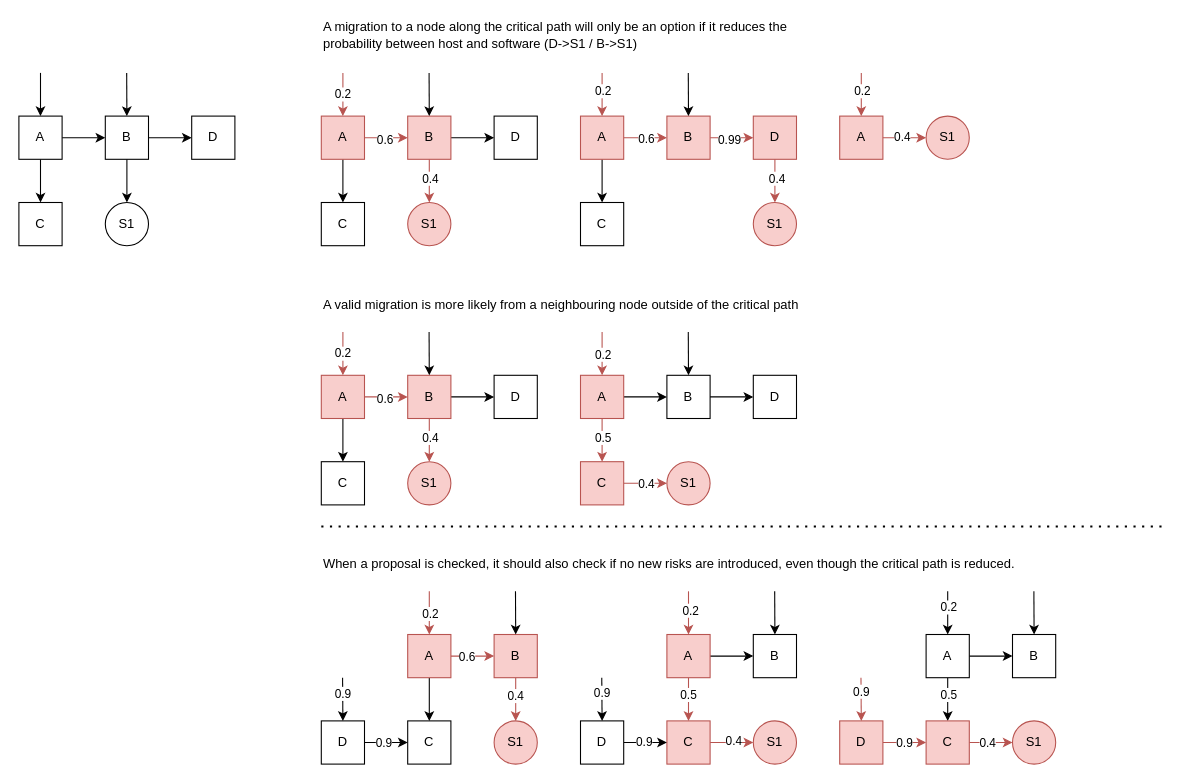
Before: packages/thesis/src/content/migrations.drawio in jornverhoeven/thesis-project, a draw.io diagram. Source tidied: cells renumbered, new cells numbered last; positions are measured from the earlier drawing's top-left corner, leaving out a move shared by most shapes. Both pictures are drawn from the tidied source at 108%, with x=0, y=0 at pixel (18, 18).
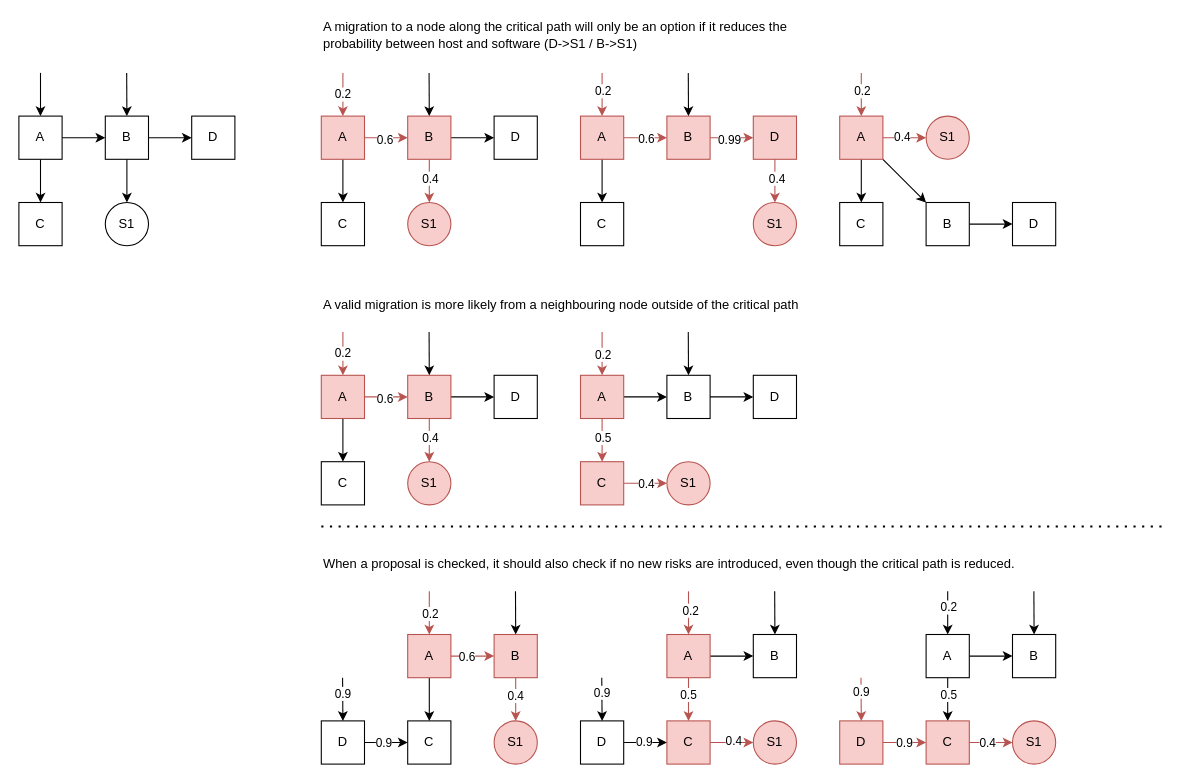
Above is the later version.

Unchanged cells that the change refers to:
```xml
<mxCell id="109" value="A" style="rounded=0;whiteSpace=wrap;html=1;fillColor=#f8cecc;strokeColor=#b85450;" parent="1" vertex="1">
  <mxGeometry x="760" y="90" width="40" height="40" as="geometry" />
</mxCell>
```

What changed in the source:
```diff
@@
+    <mxCell id="132" style="edgeStyle=orthogonalEdgeStyle;rounded=0;jettySize=auto;html=1;exitX=0.5;exitY=1;exitDx=0;exitDy=0;entryX=0.5;entryY=0;entryDx=0;entryDy=0;" parent="1" edge="1" source="109" target="134">
+      <mxGeometry relative="1" as="geometry" />
+    </mxCell>
+    <mxCell id="133" style="rounded=0;jettySize=auto;html=1;exitX=1;exitY=1;exitDx=0;exitDy=0;entryX=0;entryY=0;entryDx=0;entryDy=0;" parent="1" edge="1" source="109" target="137">
+      <mxGeometry relative="1" as="geometry" />
+    </mxCell>
@@
     <mxCell id="115" style="rounded=0;whiteSpace=wrap;html=1;strokeColor=none;" parent="1" vertex="1">
-      <mxGeometry x="920" y="170" width="40" height="40" as="geometry" />
+      <mxGeometry x="920" y="90" width="40" height="40" as="geometry" />
     </mxCell>
@@
+    <mxCell id="134" value="C" style="rounded=0;whiteSpace=wrap;html=1;" parent="1" vertex="1">
+      <mxGeometry x="760" y="170" width="40" height="40" as="geometry" />
+    </mxCell>
+    <mxCell id="135" value="D" style="rounded=0;whiteSpace=wrap;html=1;" parent="1" vertex="1">
+      <mxGeometry x="920" y="170" width="40" height="40" as="geometry" />
+    </mxCell>
+    <mxCell id="136" style="edgeStyle=orthogonalEdgeStyle;rounded=0;jettySize=auto;html=1;exitX=1;exitY=0.5;exitDx=0;exitDy=0;entryX=0;entryY=0.5;entryDx=0;entryDy=0;" parent="1" edge="1" source="137" target="135">
+      <mxGeometry relative="1" as="geometry" />
+    </mxCell>
+    <mxCell id="137" value="B" style="rounded=0;whiteSpace=wrap;html=1;" parent="1" vertex="1">
+      <mxGeometry x="840" y="170" width="40" height="40" as="geometry" />
+    </mxCell>
```
